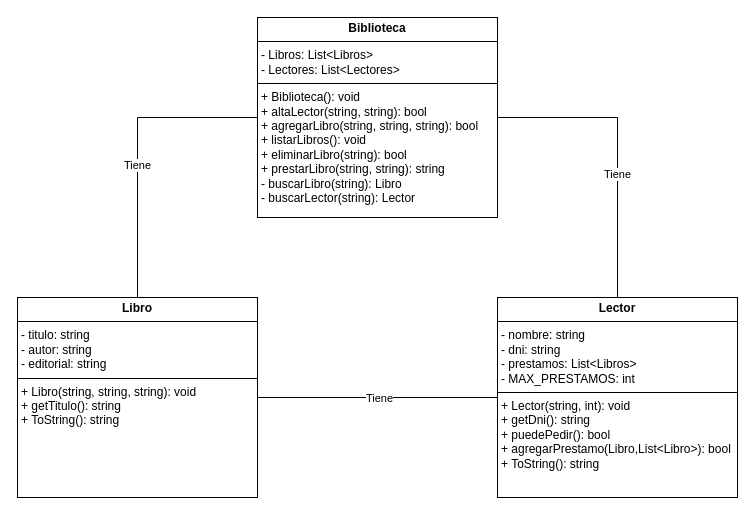
Earlier version of the draw.io diagram TP1-Colecciones/UMLClassDiagram.drawio (jcvels/DSOO-G14). Source tidied: cells renumbered, new cells numbered last; positions are measured from the earlier drawing's top-left corner, leaving out a move shared by most shapes. Both pictures are drawn from the tidied source at 100%, with x=0, y=0 at pixel (17, 17).
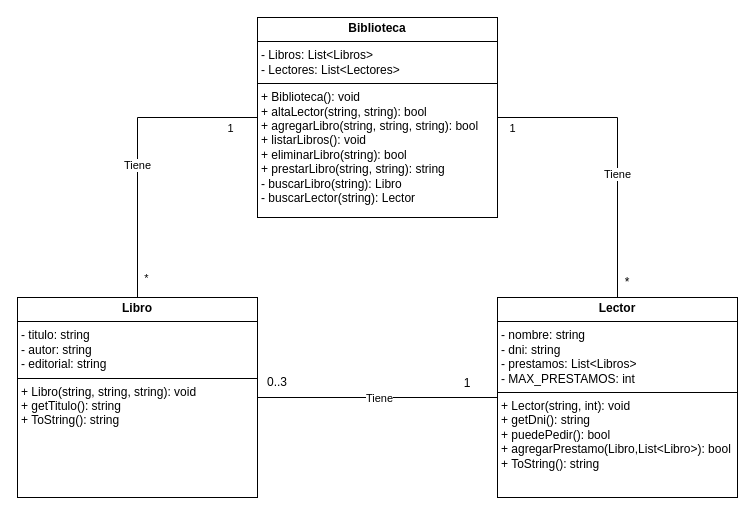
The same diagram, later.

The edit, as a diff of the source:
```diff
@@
 <mxGraphModel>
   <root>
     <mxCell id="0" />
     <mxCell id="1" parent="0" />
     <mxCell id="2" style="edgeStyle=orthogonalEdgeStyle;rounded=0;jettySize=auto;html=1;exitX=0;exitY=0.5;exitDx=0;exitDy=0;endArrow=none;endFill=0;" parent="1" edge="1" source="6" target="7">
       <mxGeometry relative="1" as="geometry" />
     </mxCell>
     <mxCell id="3" value="Tiene" style="edgeLabel;html=1;align=center;verticalAlign=middle;" parent="2" vertex="1">
       <mxGeometry x="0.11" y="-1" relative="1" as="geometry" />
     </mxCell>
+    <mxCell id="11" value="1" style="edgeLabel;html=1;align=center;verticalAlign=middle;" parent="2" vertex="1">
+      <mxGeometry x="-0.81" y="-3" relative="1" as="geometry">
+        <mxPoint y="13" as="offset" />
+      </mxGeometry>
+    </mxCell>
+    <mxCell id="12" value="*" style="edgeLabel;html=1;align=center;verticalAlign=middle;" parent="2" vertex="1">
+      <mxGeometry x="0.78" y="-2" relative="1" as="geometry">
+        <mxPoint x="10" y="13" as="offset" />
+      </mxGeometry>
+    </mxCell>
     <mxCell id="4" style="edgeStyle=orthogonalEdgeStyle;rounded=0;jettySize=auto;html=1;exitX=1;exitY=0.5;exitDx=0;exitDy=0;entryX=0.5;entryY=0;entryDx=0;entryDy=0;endArrow=none;endFill=0;" parent="1" edge="1" source="6" target="10">
       <mxGeometry relative="1" as="geometry" />
     </mxCell>
     <mxCell id="5" value="Tiene" style="edgeLabel;html=1;align=center;verticalAlign=middle;" parent="4" vertex="1">
       <mxGeometry x="0.17" y="-1" relative="1" as="geometry" />
     </mxCell>
+    <mxCell id="13" value="1" style="edgeLabel;html=1;align=center;verticalAlign=middle;" parent="4" vertex="1">
+      <mxGeometry x="-0.86" y="-1" relative="1" as="geometry">
+        <mxPoint x="-7" y="9" as="offset" />
+      </mxGeometry>
+    </mxCell>
     <mxCell id="6" value="&lt;p style=&quot;margin:0px;margin-top:4px;text-align:center;&quot;&gt;&lt;b&gt;Biblioteca&lt;/b&gt;&lt;/p&gt;&lt;hr size=&quot;1&quot; style=&quot;border-style:solid;&quot;&gt;&lt;p style=&quot;margin:0px;margin-left:4px;&quot;&gt;- Libros: List&amp;lt;Libros&amp;gt;&lt;/p&gt;&lt;p style=&quot;margin:0px;margin-left:4px;&quot;&gt;- Lectores: List&amp;lt;Lectores&amp;gt;&lt;/p&gt;&lt;hr size=&quot;1&quot; style=&quot;border-style:solid;&quot;&gt;&lt;p style=&quot;margin:0px;margin-left:4px;&quot;&gt;+ Biblioteca(): void&lt;/p&gt;&lt;p style=&quot;margin:0px;margin-left:4px;&quot;&gt;+ altaLector(string, string): bool&lt;/p&gt;&lt;p style=&quot;margin:0px;margin-left:4px;&quot;&gt;+ agregarLibro(string, string, string): bool&lt;/p&gt;&lt;p style=&quot;margin:0px;margin-left:4px;&quot;&gt;+ listarLibros(): void&lt;/p&gt;&lt;p style=&quot;margin:0px;margin-left:4px;&quot;&gt;+ eliminarLibro(string): bool&lt;/p&gt;&lt;p style=&quot;margin:0px;margin-left:4px;&quot;&gt;+ prestarLibro(string, string): string&lt;/p&gt;&lt;p style=&quot;margin:0px;margin-left:4px;&quot;&gt;- buscarLibro(string): Libro&lt;/p&gt;&lt;p style=&quot;margin:0px;margin-left:4px;&quot;&gt;- buscarLector(string): Lector&lt;/p&gt;" style="verticalAlign=top;align=left;overflow=fill;html=1;whiteSpace=wrap;" parent="1" vertex="1">
       <mxGeometry x="240" width="240" height="200" as="geometry" />
     </mxCell>
     <mxCell id="7" value="&lt;p style=&quot;margin:0px;margin-top:4px;text-align:center;&quot;&gt;&lt;b&gt;Libro&lt;/b&gt;&lt;/p&gt;&lt;hr size=&quot;1&quot; style=&quot;border-style:solid;&quot;&gt;&lt;p style=&quot;margin:0px;margin-left:4px;&quot;&gt;- titulo: string&lt;/p&gt;&lt;p style=&quot;margin:0px;margin-left:4px;&quot;&gt;- autor: string&lt;/p&gt;&lt;p style=&quot;margin:0px;margin-left:4px;&quot;&gt;- editorial: string&lt;/p&gt;&lt;hr size=&quot;1&quot; style=&quot;border-style:solid;&quot;&gt;&lt;p style=&quot;margin:0px;margin-left:4px;&quot;&gt;+ Libro(string, string, string): void&lt;/p&gt;&lt;p style=&quot;margin:0px;margin-left:4px;&quot;&gt;+ getTitulo(): string&lt;/p&gt;&lt;p style=&quot;margin:0px;margin-left:4px;&quot;&gt;+ ToString(): string&lt;/p&gt;" style="verticalAlign=top;align=left;overflow=fill;html=1;whiteSpace=wrap;" parent="1" vertex="1">
       <mxGeometry y="280" width="240" height="200" as="geometry" />
     </mxCell>
     <mxCell id="8" style="edgeStyle=none;html=1;exitX=0;exitY=0.5;exitDx=0;exitDy=0;entryX=1;entryY=0.5;entryDx=0;entryDy=0;endArrow=none;endFill=0;" parent="1" edge="1" source="10" target="7">
       <mxGeometry relative="1" as="geometry" />
     </mxCell>
     <mxCell id="9" value="Tiene" style="edgeLabel;html=1;align=center;verticalAlign=middle;" parent="8" vertex="1">
       <mxGeometry x="-0.01" relative="1" as="geometry" />
     </mxCell>
     <mxCell id="10" value="&lt;p style=&quot;margin:0px;margin-top:4px;text-align:center;&quot;&gt;&lt;b&gt;Lector&lt;/b&gt;&lt;/p&gt;&lt;hr size=&quot;1&quot; style=&quot;border-style:solid;&quot;&gt;&lt;p style=&quot;margin:0px;margin-left:4px;&quot;&gt;- nombre: string&lt;/p&gt;&lt;p style=&quot;margin:0px;margin-left:4px;&quot;&gt;- dni: string&lt;/p&gt;&lt;p style=&quot;margin:0px;margin-left:4px;&quot;&gt;- prestamos: List&amp;lt;Libros&amp;gt;&lt;/p&gt;&lt;p style=&quot;margin:0px;margin-left:4px;&quot;&gt;- MAX_PRESTAMOS: int&amp;nbsp;&lt;/p&gt;&lt;hr size=&quot;1&quot; style=&quot;border-style:solid;&quot;&gt;&lt;p style=&quot;margin:0px;margin-left:4px;&quot;&gt;+ Lector(string, int): void&lt;/p&gt;&lt;p style=&quot;margin:0px;margin-left:4px;&quot;&gt;+ getDni(): string&lt;/p&gt;&lt;p style=&quot;margin:0px;margin-left:4px;&quot;&gt;+ puedePedir(): bool&lt;/p&gt;&lt;p style=&quot;margin:0px;margin-left:4px;&quot;&gt;+ agregarPrestamo(Libro,List&amp;lt;Libro&amp;gt;): bool&amp;nbsp;&lt;/p&gt;&lt;p style=&quot;margin:0px;margin-left:4px;&quot;&gt;+ ToString(): string&lt;/p&gt;" style="verticalAlign=top;align=left;overflow=fill;html=1;whiteSpace=wrap;" parent="1" vertex="1">
       <mxGeometry x="480" y="280" width="240" height="200" as="geometry" />
     </mxCell>
+    <mxCell id="14" value="*" style="text;html=1;whiteSpace=wrap;strokeColor=none;fillColor=none;align=center;verticalAlign=middle;rounded=0;" parent="1" vertex="1">
+      <mxGeometry x="580" y="250" width="60" height="30" as="geometry" />
+    </mxCell>
+    <mxCell id="15" value="1" style="text;html=1;whiteSpace=wrap;strokeColor=none;fillColor=none;align=center;verticalAlign=middle;rounded=0;" parent="1" vertex="1">
+      <mxGeometry x="420" y="351" width="60" height="30" as="geometry" />
+    </mxCell>
+    <mxCell id="16" value="0..3" style="text;html=1;whiteSpace=wrap;strokeColor=none;fillColor=none;align=center;verticalAlign=middle;rounded=0;" parent="1" vertex="1">
+      <mxGeometry x="230" y="350" width="60" height="30" as="geometry" />
+    </mxCell>
   </root>
 </mxGraphModel>
```
